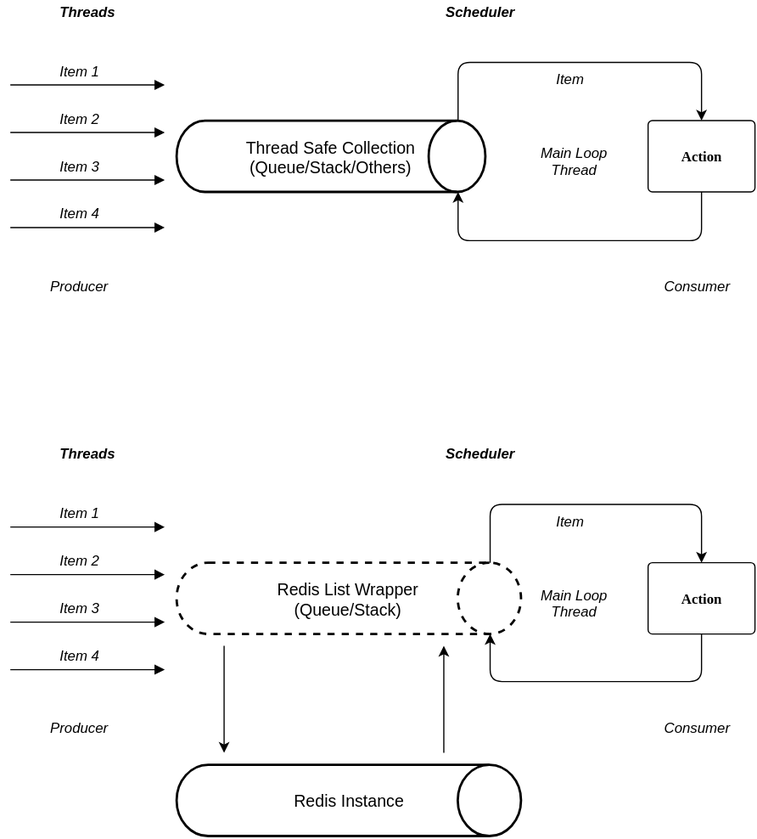
Earlier version of the draw.io export doc/images/scheduler-overview.svg (rvhuang/Scheduler). Source tidied: cells renumbered, new cells last; positions are measured from the earlier drawing's top-left corner, leaving out a move shared by most shapes.
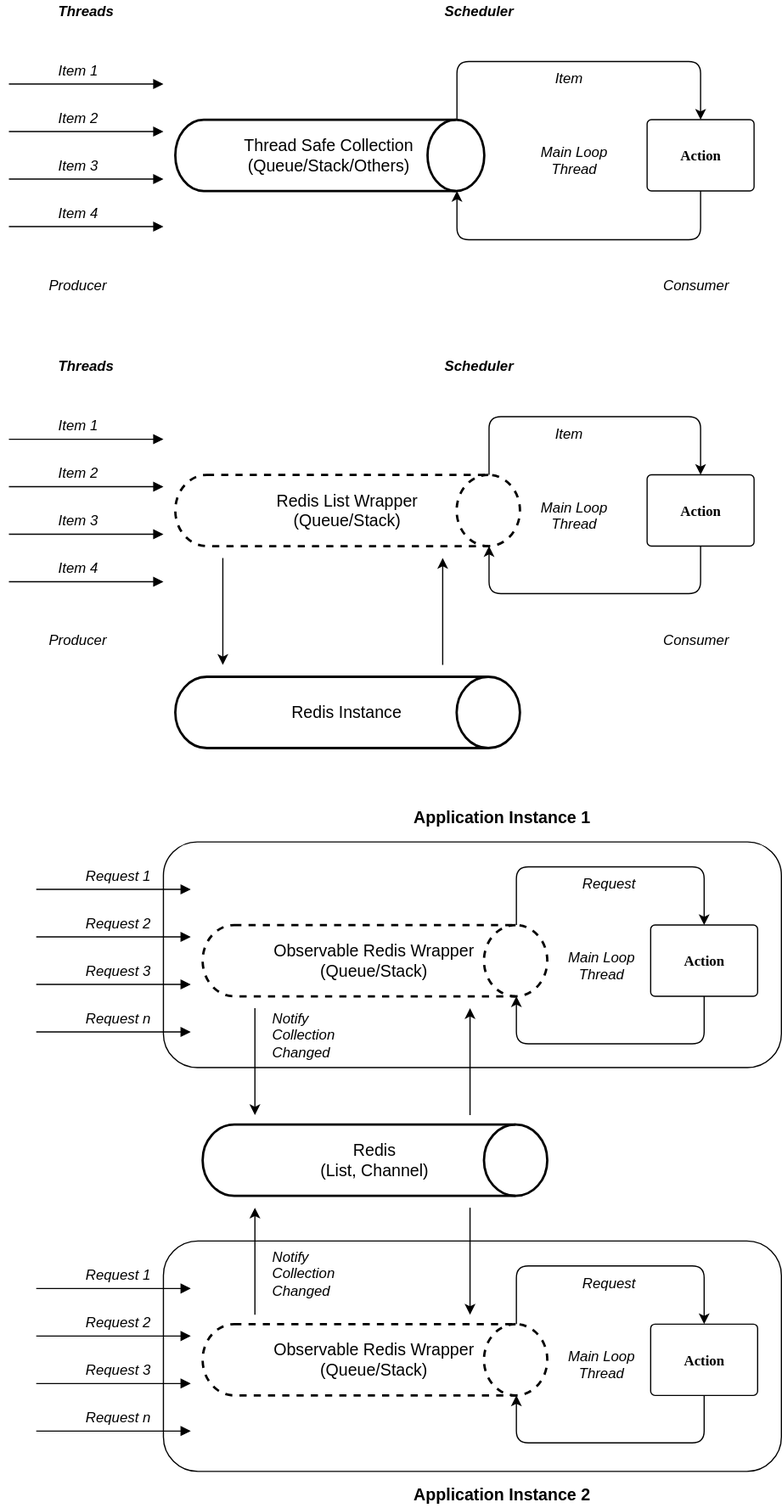
After the change.

Commit message:
Added new diagram for observable Redis collection

What changed in the source:
```diff
@@ -4,6 +4,12 @@
     <mxCell id="1" style="html=1;" parent="0" />
+    <mxCell id="41" style="rounded=1;whiteSpace=wrap;html=1;fontSize=14;" parent="1" vertex="1">
+      <mxGeometry x="130" y="1117" width="520" height="194" as="geometry" />
+    </mxCell>
+    <mxCell id="42" style="rounded=1;whiteSpace=wrap;html=1;fontSize=14;" parent="1" vertex="1">
+      <mxGeometry x="130" y="781" width="520" height="190" as="geometry" />
+    </mxCell>
     <mxCell id="2" style="endArrow=block;strokeColor=#000000;strokeWidth=1;html=1;labelBackgroundColor=none;fontColor=#000000;" parent="1" edge="1">
-      <mxGeometry x="109" y="-1000" as="geometry">
-        <mxPoint y="110" as="sourcePoint" />
-        <mxPoint x="130" y="110" as="targetPoint" />
+      <mxGeometry x="87" y="-1538" as="geometry">
+        <mxPoint y="183" as="sourcePoint" />
+        <mxPoint x="130" y="183" as="targetPoint" />
       </mxGeometry>
@@ -11,5 +17,5 @@
     <mxCell id="3" style="endArrow=block;strokeColor=#000000;strokeWidth=1;html=1;labelBackgroundColor=none;fontColor=#000000;" parent="1" edge="1">
-      <mxGeometry x="109" y="-960" as="geometry">
-        <mxPoint y="150" as="sourcePoint" />
-        <mxPoint x="130" y="150" as="targetPoint" />
+      <mxGeometry x="87" y="-1498" as="geometry">
+        <mxPoint y="223" as="sourcePoint" />
+        <mxPoint x="130" y="223" as="targetPoint" />
       </mxGeometry>
@@ -17,5 +23,5 @@
     <mxCell id="4" style="endArrow=block;strokeColor=#000000;strokeWidth=1;html=1;labelBackgroundColor=none;fontColor=#000000;" parent="1" edge="1">
-      <mxGeometry x="109" y="-1040" as="geometry">
-        <mxPoint y="70" as="sourcePoint" />
-        <mxPoint x="130" y="70" as="targetPoint" />
+      <mxGeometry x="87" y="-1578" as="geometry">
+        <mxPoint y="143" as="sourcePoint" />
+        <mxPoint x="130" y="143" as="targetPoint" />
       </mxGeometry>
@@ -23,5 +29,5 @@
     <mxCell id="5" style="endArrow=block;strokeColor=#000000;strokeWidth=1;html=1;labelBackgroundColor=none;fontColor=#000000;" parent="1" edge="1">
-      <mxGeometry x="109" y="-920" as="geometry">
-        <mxPoint y="190" as="sourcePoint" />
-        <mxPoint x="130" y="190" as="targetPoint" />
+      <mxGeometry x="87" y="-1458" as="geometry">
+        <mxPoint y="263" as="sourcePoint" />
+        <mxPoint x="130" y="263" as="targetPoint" />
       </mxGeometry>
@@ -29,33 +35,33 @@
     <mxCell id="6" value="Threads" style="text;spacingTop=-5;fontColor=#000000;fontStyle=3;html=1;gradientColor=none;fillColor=none;strokeColor=none;strokeWidth=1;" parent="1" vertex="1">
-      <mxGeometry x="40" width="50" height="20" as="geometry" />
+      <mxGeometry x="40" y="73" width="50" height="20" as="geometry" />
     </mxCell>
     <mxCell id="7" value="Item 1" style="text;spacingTop=-5;fontColor=#000000;fontStyle=2;html=1;gradientColor=none;fillColor=none;strokeColor=none;strokeWidth=1;" parent="1" vertex="1">
-      <mxGeometry x="40" y="50" width="50" height="20" as="geometry" />
+      <mxGeometry x="40" y="123" width="50" height="20" as="geometry" />
     </mxCell>
     <mxCell id="8" value="Item 2" style="text;spacingTop=-5;fontColor=#000000;fontStyle=2;html=1;gradientColor=none;fillColor=none;strokeColor=none;strokeWidth=1;" parent="1" vertex="1">
-      <mxGeometry x="40" y="90" width="50" height="20" as="geometry" />
+      <mxGeometry x="40" y="163" width="50" height="20" as="geometry" />
     </mxCell>
     <mxCell id="9" value="Item 3" style="text;spacingTop=-5;fontColor=#000000;fontStyle=2;html=1;gradientColor=none;fillColor=none;strokeColor=none;strokeWidth=1;" parent="1" vertex="1">
-      <mxGeometry x="40" y="130" width="50" height="20" as="geometry" />
+      <mxGeometry x="40" y="203" width="50" height="20" as="geometry" />
     </mxCell>
     <mxCell id="10" value="Item 4" style="text;spacingTop=-5;fontColor=#000000;fontStyle=2;html=1;gradientColor=none;fillColor=none;strokeColor=none;strokeWidth=1;" parent="1" vertex="1">
-      <mxGeometry x="40" y="170" width="50" height="20" as="geometry" />
+      <mxGeometry x="40" y="243" width="50" height="20" as="geometry" />
     </mxCell>
     <mxCell id="11" value="Scheduler" style="text;spacingTop=-5;fontColor=#000000;fontStyle=3;html=1;gradientColor=none;fillColor=none;strokeColor=none;strokeWidth=1;" parent="1" vertex="1">
-      <mxGeometry x="365" width="67" height="20" as="geometry" />
+      <mxGeometry x="365" y="73" width="67" height="20" as="geometry" />
     </mxCell>
     <mxCell id="12" value="&lt;div&gt;Thread Safe Collection&lt;/div&gt;(Queue/&lt;span&gt;Stack/Others)&lt;/span&gt;" style="strokeWidth=2;html=1;shape=mxgraph.flowchart.direct_data;whiteSpace=wrap;shadow=0;fillColor=#FFFFFF;fontSize=14;align=center;" parent="1" vertex="1">
-      <mxGeometry x="140" y="100" width="260" height="60" as="geometry" />
+      <mxGeometry x="140" y="173" width="260" height="60" as="geometry" />
     </mxCell>
     <mxCell id="13" value="Main Loop&lt;div&gt;Thread&lt;/div&gt;" style="text;spacingTop=-5;fontColor=#000000;fontStyle=2;html=1;gradientColor=none;fillColor=none;strokeColor=none;strokeWidth=1;align=center;" parent="1" vertex="1">
-      <mxGeometry x="436" y="119" width="79" height="32" as="geometry" />
+      <mxGeometry x="436" y="192" width="79" height="32" as="geometry" />
     </mxCell>
     <mxCell id="14" value="Action" style="shape=mxgraph.flowchart.process;fillColor=#FFFFFF;strokeColor=#000000;strokeWidth=1;whiteSpace=wrap;gradientColor=none;gradientDirection=north;fontColor=#000000;fontStyle=1;fontFamily=Tahoma;html=1;" parent="1" vertex="1">
-      <mxGeometry x="537" y="100" width="90" height="60" as="geometry" />
+      <mxGeometry x="537" y="173" width="90" height="60" as="geometry" />
     </mxCell>
     <mxCell id="15" value="Producer" style="text;spacingTop=-5;fontColor=#000000;fontStyle=2;html=1;gradientColor=none;fillColor=none;strokeColor=none;strokeWidth=1;" parent="1" vertex="1">
-      <mxGeometry x="32" y="231" width="67" height="20" as="geometry" />
+      <mxGeometry x="32" y="304" width="67" height="20" as="geometry" />
     </mxCell>
     <mxCell id="16" value="Consumer" style="text;spacingTop=-5;fontColor=#000000;fontStyle=2;html=1;gradientColor=none;fillColor=none;strokeColor=none;strokeWidth=1;" parent="1" vertex="1">
-      <mxGeometry x="549" y="231" width="67" height="20" as="geometry" />
+      <mxGeometry x="549" y="304" width="67" height="20" as="geometry" />
     </mxCell>
@@ -64,3 +70,3 @@
         <Array as="points">
-          <mxPoint x="465" y="51" />
+          <mxPoint x="465" y="124" />
         </Array>
@@ -69,3 +75,3 @@
     <mxCell id="18" value="Item" style="text;spacingTop=-5;fontColor=#000000;fontStyle=2;html=1;gradientColor=none;fillColor=none;strokeColor=none;strokeWidth=1;" parent="1" vertex="1">
-      <mxGeometry x="458" y="57" width="36" height="20" as="geometry" />
+      <mxGeometry x="458" y="130" width="36" height="20" as="geometry" />
     </mxCell>
@@ -74,4 +80,4 @@
         <Array as="points">
-          <mxPoint x="582" y="201" />
-          <mxPoint x="377" y="201" />
+          <mxPoint x="582" y="274" />
+          <mxPoint x="377" y="274" />
         </Array>
@@ -80,3 +86,3 @@
     <mxCell id="20" style="endArrow=block;strokeColor=#000000;strokeWidth=1;html=1;labelBackgroundColor=none;fontColor=#000000;" parent="1" edge="1">
-      <mxGeometry x="109" y="-628" as="geometry">
+      <mxGeometry x="87" y="-1239" as="geometry">
         <mxPoint y="482" as="sourcePoint" />
@@ -86,3 +92,3 @@
     <mxCell id="21" style="endArrow=block;strokeColor=#000000;strokeWidth=1;html=1;labelBackgroundColor=none;fontColor=#000000;" parent="1" edge="1">
-      <mxGeometry x="109" y="-588" as="geometry">
+      <mxGeometry x="87" y="-1199" as="geometry">
         <mxPoint y="522" as="sourcePoint" />
@@ -92,3 +98,3 @@
     <mxCell id="22" style="endArrow=block;strokeColor=#000000;strokeWidth=1;html=1;labelBackgroundColor=none;fontColor=#000000;" parent="1" edge="1">
-      <mxGeometry x="109" y="-668" as="geometry">
+      <mxGeometry x="87" y="-1279" as="geometry">
         <mxPoint y="442" as="sourcePoint" />
@@ -98,3 +104,3 @@
     <mxCell id="23" style="endArrow=block;strokeColor=#000000;strokeWidth=1;html=1;labelBackgroundColor=none;fontColor=#000000;" parent="1" edge="1">
-      <mxGeometry x="109" y="-548" as="geometry">
+      <mxGeometry x="87" y="-1159" as="geometry">
         <mxPoint y="562" as="sourcePoint" />
@@ -137,3 +143,3 @@
     <mxCell id="35" style="edgeStyle=elbowEdgeStyle;elbow=vertical;endArrow=classic;html=1;exitX=0.91;exitY=0;exitPerimeter=0;entryX=0.5;entryY=0;entryPerimeter=0;" parent="1" edge="1" source="30" target="32">
-      <mxGeometry x="486" y="-687" as="geometry">
+      <mxGeometry x="464" y="-1298" as="geometry">
         <Array as="points">
@@ -147,3 +153,3 @@
     <mxCell id="37" style="edgeStyle=elbowEdgeStyle;elbow=vertical;endArrow=classic;html=1;exitX=0.5;exitY=1;exitPerimeter=0;entryX=0.91;entryY=1;entryPerimeter=0;" parent="1" edge="1" source="32" target="30">
-      <mxGeometry x="496" y="-677" as="geometry">
+      <mxGeometry x="474" y="-1288" as="geometry">
         <Array as="points">
@@ -163,3 +169,3 @@
     <mxCell id="40" style="endArrow=classic;html=1;" parent="1" edge="1">
-      <mxGeometry x="284" y="-558" as="geometry">
+      <mxGeometry x="262" y="-1169" as="geometry">
         <mxPoint x="365" y="632" as="sourcePoint" />
@@ -168,2 +174,165 @@
     </mxCell>
+    <mxCell id="43" style="endArrow=block;strokeColor=#000000;strokeWidth=1;html=1;labelBackgroundColor=none;fontColor=#000000;" parent="1" edge="1">
+      <mxGeometry x="110" y="-860" as="geometry">
+        <mxPoint x="23" y="861" as="sourcePoint" />
+        <mxPoint x="153" y="861" as="targetPoint" />
+      </mxGeometry>
+    </mxCell>
+    <mxCell id="44" style="endArrow=block;strokeColor=#000000;strokeWidth=1;html=1;labelBackgroundColor=none;fontColor=#000000;" parent="1" edge="1">
+      <mxGeometry x="110" y="-820" as="geometry">
+        <mxPoint x="23" y="901" as="sourcePoint" />
+        <mxPoint x="153" y="901" as="targetPoint" />
+      </mxGeometry>
+    </mxCell>
+    <mxCell id="45" style="endArrow=block;strokeColor=#000000;strokeWidth=1;html=1;labelBackgroundColor=none;fontColor=#000000;" parent="1" edge="1">
+      <mxGeometry x="110" y="-900" as="geometry">
+        <mxPoint x="23" y="821" as="sourcePoint" />
+        <mxPoint x="153" y="821" as="targetPoint" />
+      </mxGeometry>
+    </mxCell>
+    <mxCell id="46" style="endArrow=block;strokeColor=#000000;strokeWidth=1;html=1;labelBackgroundColor=none;fontColor=#000000;" parent="1" edge="1">
+      <mxGeometry x="110" y="-780" as="geometry">
+        <mxPoint x="23" y="941" as="sourcePoint" />
+        <mxPoint x="153" y="941" as="targetPoint" />
+      </mxGeometry>
+    </mxCell>
+    <mxCell id="47" value="Request 1" style="text;spacingTop=-5;fontColor=#000000;fontStyle=2;html=1;gradientColor=none;fillColor=none;strokeColor=none;strokeWidth=1;" parent="1" vertex="1">
+      <mxGeometry x="63" y="801" width="50" height="20" as="geometry" />
+    </mxCell>
+    <mxCell id="48" value="Request 2" style="text;spacingTop=-5;fontColor=#000000;fontStyle=2;html=1;gradientColor=none;fillColor=none;strokeColor=none;strokeWidth=1;" parent="1" vertex="1">
+      <mxGeometry x="63" y="841" width="50" height="20" as="geometry" />
+    </mxCell>
+    <mxCell id="49" value="Request 3" style="text;spacingTop=-5;fontColor=#000000;fontStyle=2;html=1;gradientColor=none;fillColor=none;strokeColor=none;strokeWidth=1;" parent="1" vertex="1">
+      <mxGeometry x="63" y="881" width="50" height="20" as="geometry" />
+    </mxCell>
+    <mxCell id="50" value="Request n" style="text;spacingTop=-5;fontColor=#000000;fontStyle=2;html=1;gradientColor=none;fillColor=none;strokeColor=none;strokeWidth=1;" parent="1" vertex="1">
+      <mxGeometry x="63" y="921" width="50" height="20" as="geometry" />
+    </mxCell>
+    <mxCell id="51" value="&lt;div&gt;Observable Redis Wrapper&lt;/div&gt;(Queue/&lt;span&gt;Stack)&lt;/span&gt;" style="strokeWidth=2;html=1;shape=mxgraph.flowchart.direct_data;whiteSpace=wrap;shadow=0;fillColor=#FFFFFF;fontSize=14;align=center;dashed=1;" parent="1" vertex="1">
+      <mxGeometry x="163" y="851" width="290" height="60" as="geometry" />
+    </mxCell>
+    <mxCell id="52" value="Main Loop&lt;div&gt;Thread&lt;/div&gt;" style="text;spacingTop=-5;fontColor=#000000;fontStyle=2;html=1;gradientColor=none;fillColor=none;strokeColor=none;strokeWidth=1;align=center;" parent="1" vertex="1">
+      <mxGeometry x="459" y="870" width="79" height="32" as="geometry" />
+    </mxCell>
+    <mxCell id="53" value="Action" style="shape=mxgraph.flowchart.process;fillColor=#FFFFFF;strokeColor=#000000;strokeWidth=1;whiteSpace=wrap;gradientColor=none;gradientDirection=north;fontColor=#000000;fontStyle=1;fontFamily=Tahoma;html=1;" parent="1" vertex="1">
+      <mxGeometry x="540" y="851" width="90" height="60" as="geometry" />
+    </mxCell>
+    <mxCell id="54" style="edgeStyle=elbowEdgeStyle;elbow=vertical;endArrow=classic;html=1;exitX=0.91;exitY=0;exitPerimeter=0;entryX=0.5;entryY=0;entryPerimeter=0;" parent="1" edge="1" source="51" target="53">
+      <mxGeometry x="487" y="-919" as="geometry">
+        <Array as="points">
+          <mxPoint x="488" y="802" />
+        </Array>
+      </mxGeometry>
+    </mxCell>
+    <mxCell id="55" value="Request" style="text;spacingTop=-5;fontColor=#000000;fontStyle=2;html=1;gradientColor=none;fillColor=none;strokeColor=none;strokeWidth=1;" parent="1" vertex="1">
+      <mxGeometry x="481" y="808" width="36" height="20" as="geometry" />
+    </mxCell>
+    <mxCell id="56" style="edgeStyle=elbowEdgeStyle;elbow=vertical;endArrow=classic;html=1;exitX=0.5;exitY=1;exitPerimeter=0;entryX=0.91;entryY=1;entryPerimeter=0;" parent="1" edge="1" source="53" target="51">
+      <mxGeometry x="497" y="-909" as="geometry">
+        <Array as="points">
+          <mxPoint x="523" y="951" />
+        </Array>
+      </mxGeometry>
+    </mxCell>
+    <mxCell id="57" value="&lt;div&gt;Redis&lt;/div&gt;&lt;div&gt;(List, Channel&lt;span&gt;)&lt;/span&gt;&lt;/div&gt;" style="strokeWidth=2;html=1;shape=mxgraph.flowchart.direct_data;whiteSpace=wrap;shadow=0;fillColor=#FFFFFF;fontSize=14;align=center;" parent="1" vertex="1">
+      <mxGeometry x="163" y="1019" width="290" height="60" as="geometry" />
+    </mxCell>
+    <mxCell id="58" style="endArrow=classic;html=1;" parent="1" edge="1">
+      <mxGeometry x="294" y="-800" as="geometry">
+        <mxPoint x="207" y="921" as="sourcePoint" />
+        <mxPoint x="207" y="1011" as="targetPoint" />
+      </mxGeometry>
+    </mxCell>
+    <mxCell id="59" style="endArrow=classic;html=1;" parent="1" edge="1">
+      <mxGeometry x="285" y="-790" as="geometry">
+        <mxPoint x="388" y="1011" as="sourcePoint" />
+        <mxPoint x="388" y="921" as="targetPoint" />
+      </mxGeometry>
+    </mxCell>
+    <mxCell id="60" style="endArrow=block;strokeColor=#000000;strokeWidth=1;html=1;labelBackgroundColor=none;fontColor=#000000;" parent="1" edge="1">
+      <mxGeometry x="110" y="-524" as="geometry">
+        <mxPoint x="23" y="1197" as="sourcePoint" />
+        <mxPoint x="153" y="1197" as="targetPoint" />
+      </mxGeometry>
+    </mxCell>
+    <mxCell id="61" style="endArrow=block;strokeColor=#000000;strokeWidth=1;html=1;labelBackgroundColor=none;fontColor=#000000;" parent="1" edge="1">
+      <mxGeometry x="110" y="-484" as="geometry">
+        <mxPoint x="23" y="1237" as="sourcePoint" />
+        <mxPoint x="153" y="1237" as="targetPoint" />
+      </mxGeometry>
+    </mxCell>
+    <mxCell id="62" style="endArrow=block;strokeColor=#000000;strokeWidth=1;html=1;labelBackgroundColor=none;fontColor=#000000;" parent="1" edge="1">
+      <mxGeometry x="110" y="-564" as="geometry">
+        <mxPoint x="23" y="1157" as="sourcePoint" />
+        <mxPoint x="153" y="1157" as="targetPoint" />
+      </mxGeometry>
+    </mxCell>
+    <mxCell id="63" style="endArrow=block;strokeColor=#000000;strokeWidth=1;html=1;labelBackgroundColor=none;fontColor=#000000;" parent="1" edge="1">
+      <mxGeometry x="110" y="-444" as="geometry">
+        <mxPoint x="23" y="1277" as="sourcePoint" />
+        <mxPoint x="153" y="1277" as="targetPoint" />
+      </mxGeometry>
+    </mxCell>
+    <mxCell id="64" value="Request 1" style="text;spacingTop=-5;fontColor=#000000;fontStyle=2;html=1;gradientColor=none;fillColor=none;strokeColor=none;strokeWidth=1;" parent="1" vertex="1">
+      <mxGeometry x="63" y="1137" width="50" height="20" as="geometry" />
+    </mxCell>
+    <mxCell id="65" value="Request 2" style="text;spacingTop=-5;fontColor=#000000;fontStyle=2;html=1;gradientColor=none;fillColor=none;strokeColor=none;strokeWidth=1;" parent="1" vertex="1">
+      <mxGeometry x="63" y="1177" width="50" height="20" as="geometry" />
+    </mxCell>
+    <mxCell id="66" value="Request 3" style="text;spacingTop=-5;fontColor=#000000;fontStyle=2;html=1;gradientColor=none;fillColor=none;strokeColor=none;strokeWidth=1;" parent="1" vertex="1">
+      <mxGeometry x="63" y="1217" width="50" height="20" as="geometry" />
+    </mxCell>
+    <mxCell id="67" value="Request n" style="text;spacingTop=-5;fontColor=#000000;fontStyle=2;html=1;gradientColor=none;fillColor=none;strokeColor=none;strokeWidth=1;" parent="1" vertex="1">
+      <mxGeometry x="63" y="1257" width="50" height="20" as="geometry" />
+    </mxCell>
+    <mxCell id="68" value="&lt;div&gt;Observable Redis Wrapper&lt;/div&gt;(Queue/&lt;span&gt;Stack)&lt;/span&gt;" style="strokeWidth=2;html=1;shape=mxgraph.flowchart.direct_data;whiteSpace=wrap;shadow=0;fillColor=#FFFFFF;fontSize=14;align=center;dashed=1;" parent="1" vertex="1">
+      <mxGeometry x="163" y="1187" width="290" height="60" as="geometry" />
+    </mxCell>
+    <mxCell id="69" value="Main Loop&lt;div&gt;Thread&lt;/div&gt;" style="text;spacingTop=-5;fontColor=#000000;fontStyle=2;html=1;gradientColor=none;fillColor=none;strokeColor=none;strokeWidth=1;align=center;" parent="1" vertex="1">
+      <mxGeometry x="459" y="1206" width="79" height="32" as="geometry" />
+    </mxCell>
+    <mxCell id="70" value="Action" style="shape=mxgraph.flowchart.process;fillColor=#FFFFFF;strokeColor=#000000;strokeWidth=1;whiteSpace=wrap;gradientColor=none;gradientDirection=north;fontColor=#000000;fontStyle=1;fontFamily=Tahoma;html=1;" parent="1" vertex="1">
+      <mxGeometry x="540" y="1187" width="90" height="60" as="geometry" />
+    </mxCell>
+    <mxCell id="71" style="edgeStyle=elbowEdgeStyle;elbow=vertical;endArrow=classic;html=1;exitX=0.91;exitY=0;exitPerimeter=0;entryX=0.5;entryY=0;entryPerimeter=0;" parent="1" edge="1" source="68" target="70">
+      <mxGeometry x="487" y="-583" as="geometry">
+        <Array as="points">
+          <mxPoint x="488" y="1138" />
+        </Array>
+      </mxGeometry>
+    </mxCell>
+    <mxCell id="72" value="Request" style="text;spacingTop=-5;fontColor=#000000;fontStyle=2;html=1;gradientColor=none;fillColor=none;strokeColor=none;strokeWidth=1;" parent="1" vertex="1">
+      <mxGeometry x="481" y="1144" width="36" height="20" as="geometry" />
+    </mxCell>
+    <mxCell id="73" style="edgeStyle=elbowEdgeStyle;elbow=vertical;endArrow=classic;html=1;exitX=0.5;exitY=1;exitPerimeter=0;entryX=0.91;entryY=1;entryPerimeter=0;" parent="1" edge="1" source="70" target="68">
+      <mxGeometry x="497" y="-573" as="geometry">
+        <Array as="points">
+          <mxPoint x="523" y="1287" />
+        </Array>
+      </mxGeometry>
+    </mxCell>
+    <mxCell id="74" style="endArrow=classic;html=1;" parent="1" edge="1">
+      <mxGeometry x="475" y="-632" as="geometry">
+        <mxPoint x="388" y="1089" as="sourcePoint" />
+        <mxPoint x="388" y="1179" as="targetPoint" />
+      </mxGeometry>
+    </mxCell>
+    <mxCell id="75" style="endArrow=classic;html=1;" parent="1" edge="1">
+      <mxGeometry x="104" y="-622" as="geometry">
+        <mxPoint x="207" y="1179" as="sourcePoint" />
+        <mxPoint x="207" y="1089" as="targetPoint" />
+      </mxGeometry>
+    </mxCell>
+    <mxCell id="76" value="&lt;span style=&quot;font-style: normal&quot;&gt;Application Instance 1&lt;/span&gt;" style="text;spacingTop=-5;fontColor=#000000;fontStyle=3;html=1;gradientColor=none;fillColor=none;strokeColor=none;strokeWidth=1;fontSize=14;" parent="1" vertex="1">
+      <mxGeometry x="339" y="751" width="161" height="20" as="geometry" />
+    </mxCell>
+    <mxCell id="77" value="&lt;span style=&quot;font-style: normal&quot;&gt;Application Instance 2&lt;/span&gt;" style="text;spacingTop=-5;fontColor=#000000;fontStyle=3;html=1;gradientColor=none;fillColor=none;strokeColor=none;strokeWidth=1;fontSize=14;" parent="1" vertex="1">
+      <mxGeometry x="339" y="1321" width="171" height="20" as="geometry" />
+    </mxCell>
+    <mxCell id="78" value="Notify&lt;div&gt;Collection&lt;/div&gt;&lt;div&gt;Changed&lt;/div&gt;" style="text;spacingTop=-5;fontColor=#000000;fontStyle=2;html=1;gradientColor=none;fillColor=none;strokeColor=none;strokeWidth=1;align=left;" parent="1" vertex="1">
+      <mxGeometry x="220" y="1122" width="73" height="50" as="geometry" />
+    </mxCell>
+    <mxCell id="79" value="Notify&lt;div&gt;Collection&lt;/div&gt;&lt;div&gt;Changed&lt;/div&gt;" style="text;spacingTop=-5;fontColor=#000000;fontStyle=2;html=1;gradientColor=none;fillColor=none;strokeColor=none;strokeWidth=1;align=left;" parent="1" vertex="1">
+      <mxGeometry x="220" y="921" width="73" height="50" as="geometry" />
+    </mxCell>
   </root>
```
